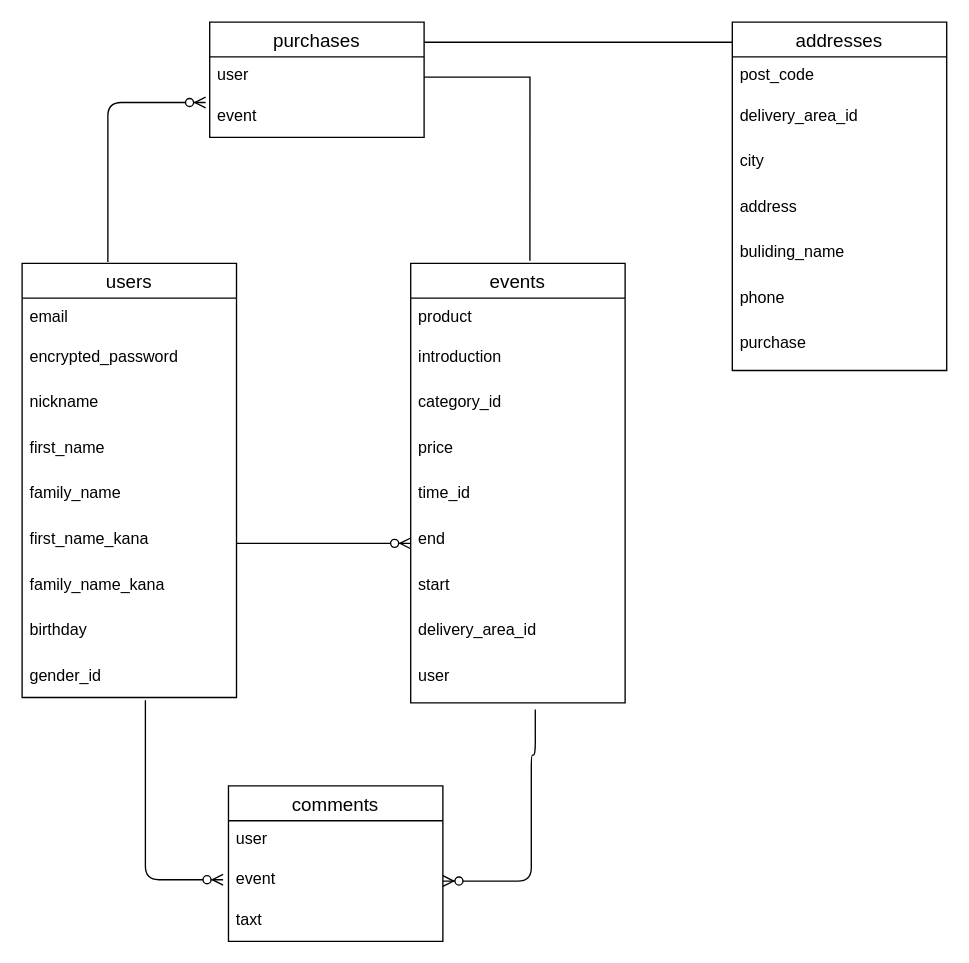
hiroto0308/planning keeps this draw.io diagram as test.dio. Above is the earlier version. Source tidied: cells renumbered, new cells numbered last; positions are measured from the earlier drawing's top-left corner, leaving out a move shared by most shapes. Both pictures are drawn from the tidied source at 134%, with x=0, y=0 at pixel (21, 21).
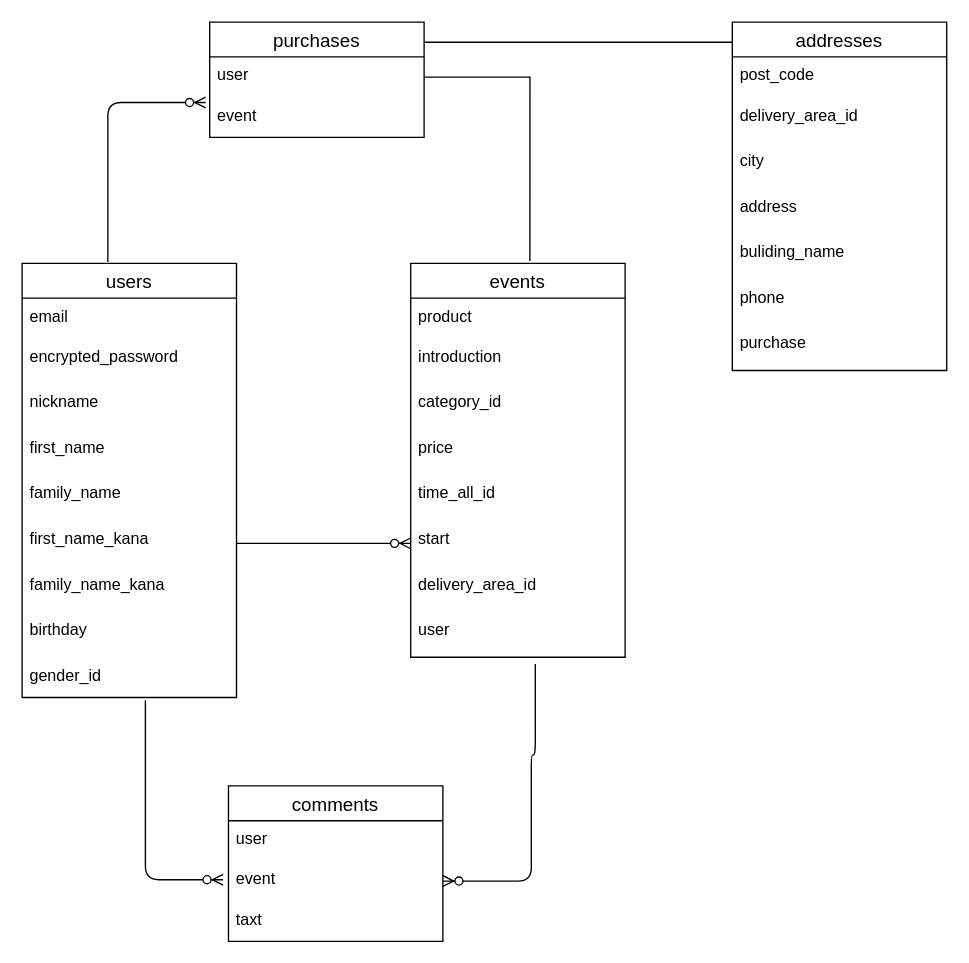
The same page after the edit.

Unchanged cells that the change refers to:
```xml
<mxCell id="8" value="first_name_kana" style="text;strokeColor=none;fillColor=none;spacingLeft=4;spacingRight=4;overflow=hidden;points=[[0,0.5],[1,0.5]];portConstraint=eastwest;fontSize=12;" parent="2" vertex="1">
  <mxGeometry y="192" width="160" height="34" as="geometry" />
</mxCell>
```

Change to the diagram source:
```diff
@@
     <mxCell id="12" value="events" style="swimlane;fontStyle=0;horizontal=1;startSize=26;align=center;fontSize=14;" parent="1" vertex="1">
-      <mxGeometry x="290" y="180" width="160" height="328" as="geometry" />
+      <mxGeometry x="290" y="180" width="160" height="294" as="geometry" />
     </mxCell>
@@
-    <mxCell id="17" value="time_id" style="text;strokeColor=none;fillColor=none;spacingLeft=4;spacingRight=4;overflow=hidden;fontSize=12;" parent="12" vertex="1">
+    <mxCell id="17" value="time_all_id" style="text;strokeColor=none;fillColor=none;spacingLeft=4;spacingRight=4;overflow=hidden;fontSize=12;" parent="12" vertex="1">
       <mxGeometry y="158" width="160" height="34" as="geometry" />
     </mxCell>
-    <mxCell id="18" value="end" style="text;strokeColor=none;fillColor=none;spacingLeft=4;spacingRight=4;overflow=hidden;points=[[0,0.5],[1,0.5]];portConstraint=eastwest;fontSize=12;" parent="12" vertex="1">
-      <mxGeometry y="192" width="160" height="34" as="geometry" />
-    </mxCell>
     <mxCell id="19" value="start" style="text;strokeColor=none;fillColor=none;spacingLeft=4;spacingRight=4;overflow=hidden;fontSize=12;" parent="12" vertex="1">
-      <mxGeometry y="226" width="160" height="34" as="geometry" />
+      <mxGeometry y="192" width="160" height="34" as="geometry" />
     </mxCell>
     <mxCell id="20" value="delivery_area_id" style="text;strokeColor=none;fillColor=none;spacingLeft=4;spacingRight=4;overflow=hidden;fontSize=12;" parent="12" vertex="1">
-      <mxGeometry y="260" width="160" height="34" as="geometry" />
+      <mxGeometry y="226" width="160" height="34" as="geometry" />
     </mxCell>
     <mxCell id="21" value="user" style="text;strokeColor=none;fillColor=none;spacingLeft=4;spacingRight=4;overflow=hidden;points=[[0,0.5],[1,0.5]];portConstraint=eastwest;fontSize=12;" parent="12" vertex="1">
-      <mxGeometry y="294" width="160" height="34" as="geometry" />
+      <mxGeometry y="260" width="160" height="34" as="geometry" />
     </mxCell>
-    <mxCell id="22" style="edgeStyle=entityRelationEdgeStyle;fontSize=12;html=1;endArrow=ERzeroToMany;endFill=1;exitX=1;exitY=0.5;exitDx=0;exitDy=0;entryX=0;entryY=0.5;entryDx=0;entryDy=0;" parent="1" edge="1" source="8" target="18">
-      <mxGeometry relative="1" as="geometry" />
+    <mxCell id="22" style="edgeStyle=entityRelationEdgeStyle;fontSize=12;html=1;endArrow=ERzeroToMany;endFill=1;exitX=1;exitY=0.5;exitDx=0;exitDy=0;entryX=0;entryY=0.5;entryDx=0;entryDy=0;" parent="1" edge="1" source="8">
+      <mxGeometry relative="1" as="geometry">
+        <mxPoint x="290" y="389" as="targetPoint" />
+      </mxGeometry>
     </mxCell>
```
